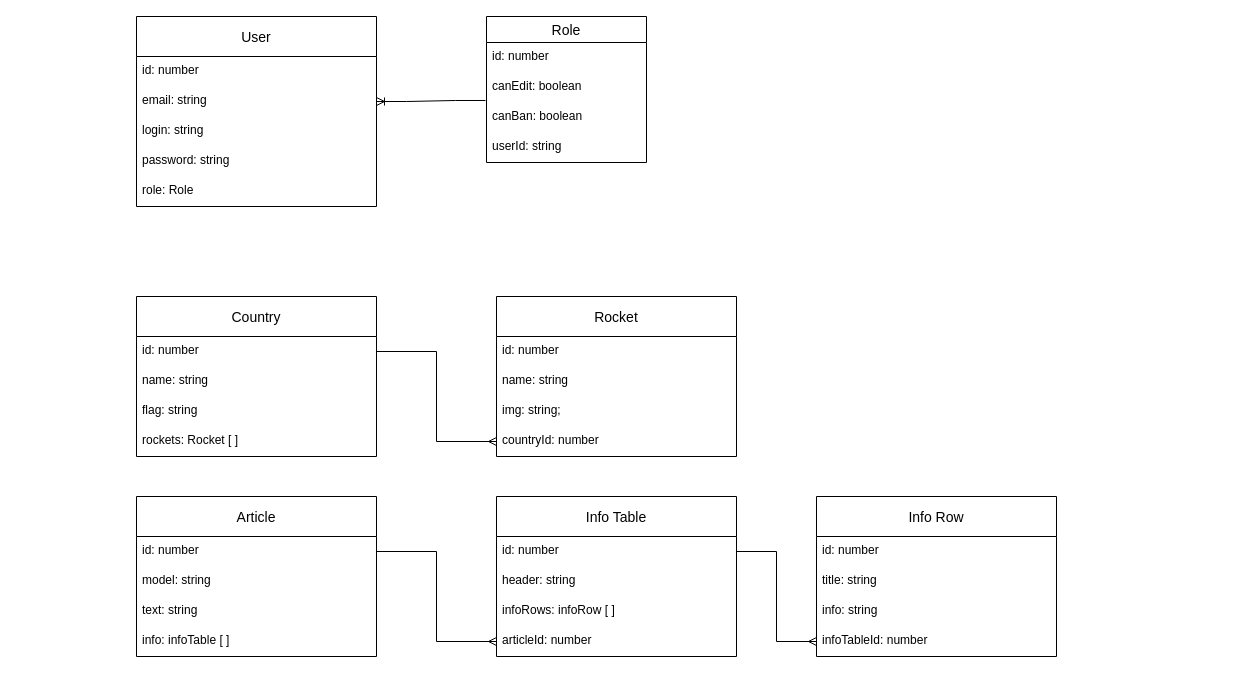
Before: backend/diagram.drawio in Qraree/space_fiction, a draw.io diagram. Source tidied: cells renumbered, new cells numbered last; positions are measured from the earlier drawing's top-left corner, leaving out a move shared by most shapes. Both pictures are drawn from the tidied source at 100%, with x=0, y=0 at pixel (136, 16).
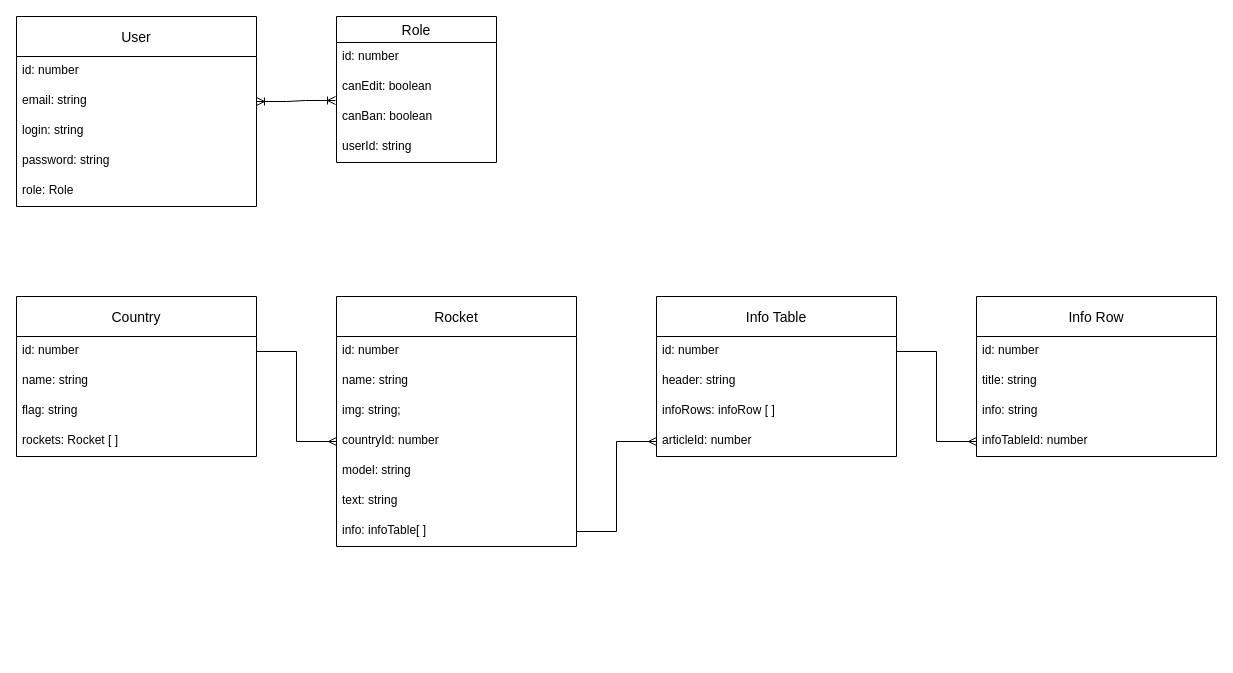
The same diagram, later.

The change refers to these unchanged cells:
```xml
<mxCell id="3" value="id: number" style="text;strokeColor=none;fillColor=none;spacingLeft=4;spacingRight=4;overflow=hidden;points=[[0,0.5],[1,0.5]];portConstraint=eastwest;fontSize=12;" parent="2" vertex="1">
  <mxGeometry y="40" width="240" height="30" as="geometry" />
</mxCell>
<mxCell id="11" value="countryId: number" style="text;strokeColor=none;fillColor=none;spacingLeft=4;spacingRight=4;overflow=hidden;points=[[0,0.5],[1,0.5]];portConstraint=eastwest;fontSize=12;" parent="7" vertex="1">
  <mxGeometry y="130" width="240" height="30" as="geometry" />
</mxCell>
<mxCell id="22" value="articleId: number" style="text;strokeColor=none;fillColor=none;spacingLeft=4;spacingRight=4;overflow=hidden;points=[[0,0.5],[1,0.5]];portConstraint=eastwest;fontSize=12;" parent="18" vertex="1">
  <mxGeometry y="130" width="240" height="30" as="geometry" />
</mxCell>
<mxCell id="32" value="email: string" style="text;strokeColor=none;fillColor=none;spacingLeft=4;spacingRight=4;overflow=hidden;points=[[0,0.5],[1,0.5]];portConstraint=eastwest;fontSize=12;" parent="30" vertex="1">
  <mxGeometry y="70" width="240" height="30" as="geometry" />
</mxCell>
<mxCell id="39" value="canBan: boolean" style="text;strokeColor=none;fillColor=none;spacingLeft=4;spacingRight=4;overflow=hidden;points=[[0,0.5],[1,0.5]];portConstraint=eastwest;fontSize=12;" parent="36" vertex="1">
  <mxGeometry y="86" width="160" height="30" as="geometry" />
</mxCell>
```

The edit, as a diff of the source:
```diff
@@
     <mxCell id="2" value="Country" style="swimlane;fontStyle=0;horizontal=1;startSize=40;align=center;fontSize=14;" parent="1" vertex="1">
-      <mxGeometry y="280" width="240" height="160" as="geometry" />
+      <mxGeometry x="-120" y="280" width="240" height="160" as="geometry" />
     </mxCell>
@@
     <mxCell id="7" value="Rocket" style="swimlane;fontStyle=0;horizontal=1;startSize=40;align=center;fontSize=14;" parent="1" vertex="1">
-      <mxGeometry x="360" y="280" width="240" height="160" as="geometry" />
+      <mxGeometry x="200" y="280" width="240" height="250" as="geometry" />
     </mxCell>
@@
-    <mxCell id="12" style="edgeStyle=orthogonalEdgeStyle;rounded=0;jettySize=auto;html=1;entryX=0;entryY=0.5;entryDx=0;entryDy=0;endArrow=ERmany;endFill=0;" parent="1" edge="1" source="3" target="11">
-      <mxGeometry relative="1" as="geometry" />
-    </mxCell>
-    <mxCell id="13" value="Article" style="swimlane;fontStyle=0;horizontal=1;startSize=40;align=center;fontSize=14;" parent="1" vertex="1">
-      <mxGeometry y="480" width="240" height="160" as="geometry" />
-    </mxCell>
-    <mxCell id="14" value="id: number" style="text;strokeColor=none;fillColor=none;spacingLeft=4;spacingRight=4;overflow=hidden;points=[[0,0.5],[1,0.5]];portConstraint=eastwest;fontSize=12;" parent="13" vertex="1">
-      <mxGeometry y="40" width="240" height="30" as="geometry" />
-    </mxCell>
-    <mxCell id="15" value="model: string" style="text;strokeColor=none;fillColor=none;spacingLeft=4;spacingRight=4;overflow=hidden;fontSize=12;" parent="13" vertex="1">
-      <mxGeometry y="70" width="240" height="30" as="geometry" />
+    <mxCell id="15" value="model: string" style="text;strokeColor=none;fillColor=none;spacingLeft=4;spacingRight=4;overflow=hidden;fontSize=12;" parent="7" vertex="1">
+      <mxGeometry y="160" width="240" height="30" as="geometry" />
     </mxCell>
-    <mxCell id="16" value="text: string" style="text;strokeColor=none;fillColor=none;spacingLeft=4;spacingRight=4;overflow=hidden;fontSize=12;" parent="13" vertex="1">
-      <mxGeometry y="100" width="240" height="30" as="geometry" />
+    <mxCell id="16" value="text: string" style="text;strokeColor=none;fillColor=none;spacingLeft=4;spacingRight=4;overflow=hidden;fontSize=12;" parent="7" vertex="1">
+      <mxGeometry y="190" width="240" height="30" as="geometry" />
     </mxCell>
-    <mxCell id="17" value="info: infoTable [ ]" style="text;strokeColor=none;fillColor=none;spacingLeft=4;spacingRight=4;overflow=hidden;fontSize=12;" parent="13" vertex="1">
-      <mxGeometry y="130" width="240" height="30" as="geometry" />
-    </mxCell>
+    <mxCell id="42" value="info: infoTable[ ]" style="text;strokeColor=none;fillColor=none;spacingLeft=4;spacingRight=4;overflow=hidden;points=[[0,0.5],[1,0.5]];portConstraint=eastwest;fontSize=12;" parent="7" vertex="1">
+      <mxGeometry y="220" width="240" height="30" as="geometry" />
+    </mxCell>
+    <mxCell id="12" style="edgeStyle=orthogonalEdgeStyle;rounded=0;jettySize=auto;html=1;entryX=0;entryY=0.5;entryDx=0;entryDy=0;endArrow=ERmany;endFill=0;" parent="1" edge="1" source="3" target="11">
+      <mxGeometry relative="1" as="geometry" />
+    </mxCell>
     <mxCell id="18" value="Info Table" style="swimlane;fontStyle=0;horizontal=1;startSize=40;align=center;fontSize=14;" parent="1" vertex="1">
-      <mxGeometry x="360" y="480" width="240" height="160" as="geometry" />
+      <mxGeometry x="520" y="280" width="240" height="160" as="geometry" />
     </mxCell>
@@
-    <mxCell id="23" style="edgeStyle=orthogonalEdgeStyle;rounded=0;jettySize=auto;html=1;exitX=1;exitY=0.5;exitDx=0;exitDy=0;entryX=0;entryY=0.5;entryDx=0;entryDy=0;endArrow=ERmany;endFill=0;" parent="1" edge="1" source="14" target="22">
+    <mxCell id="23" style="edgeStyle=orthogonalEdgeStyle;rounded=0;jettySize=auto;html=1;exitX=1;exitY=0.5;exitDx=0;exitDy=0;entryX=0;entryY=0.5;entryDx=0;entryDy=0;endArrow=ERmany;endFill=0;" parent="1" edge="1" source="42" target="22">
       <mxGeometry relative="1" as="geometry" />
     </mxCell>
     <mxCell id="24" value="Info Row" style="swimlane;fontStyle=0;horizontal=1;startSize=40;align=center;fontSize=14;" parent="1" vertex="1">
-      <mxGeometry x="680" y="480" width="240" height="160" as="geometry" />
+      <mxGeometry x="840" y="280" width="240" height="160" as="geometry" />
     </mxCell>
@@
     <mxCell id="30" value="User" style="swimlane;fontStyle=0;horizontal=1;startSize=40;align=center;fontSize=14;" parent="1" vertex="1">
-      <mxGeometry width="240" height="190" as="geometry" />
+      <mxGeometry x="-120" width="240" height="190" as="geometry" />
     </mxCell>
@@
     <mxCell id="36" value="Role" style="swimlane;fontStyle=0;horizontal=1;startSize=26;align=center;fontSize=14;" parent="1" vertex="1">
-      <mxGeometry x="350" width="160" height="146" as="geometry" />
+      <mxGeometry x="200" width="160" height="146" as="geometry" />
     </mxCell>
@@
-    <mxCell id="41" style="edgeStyle=entityRelationEdgeStyle;fontSize=12;html=1;endArrow=ERoneToMany;rounded=0;entryX=1;entryY=0.5;entryDx=0;entryDy=0;exitX=-0.006;exitY=-0.067;exitDx=0;exitDy=0;exitPerimeter=0;" parent="1" edge="1" source="39" target="32">
+    <mxCell id="41" style="edgeStyle=entityRelationEdgeStyle;fontSize=12;html=1;endArrow=ERoneToMany;rounded=0;entryX=1;entryY=0.5;entryDx=0;entryDy=0;exitX=-0.006;exitY=-0.067;exitDx=0;exitDy=0;exitPerimeter=0;startArrow=ERoneToMany;startFill=0;" parent="1" edge="1" source="39" target="32">
       <mxGeometry relative="1" as="geometry" />
     </mxCell>
```
